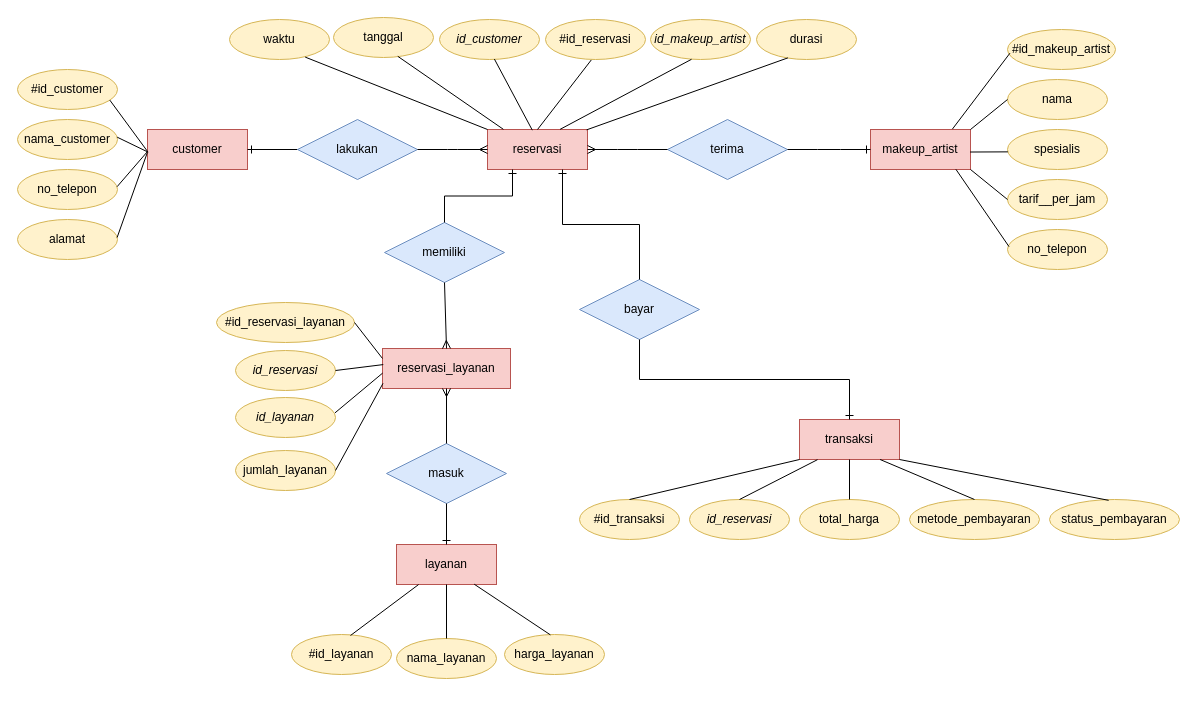
Earlier version of the draw.io diagram MinPro 1.drawio (k149191/Konsep-Basis-Data). Source tidied: cells renumbered, new cells numbered last; positions are measured from the earlier drawing's top-left corner, leaving out a move shared by most shapes. Both pictures are drawn from the tidied source at 100%, with x=0, y=0 at pixel (17, 17).
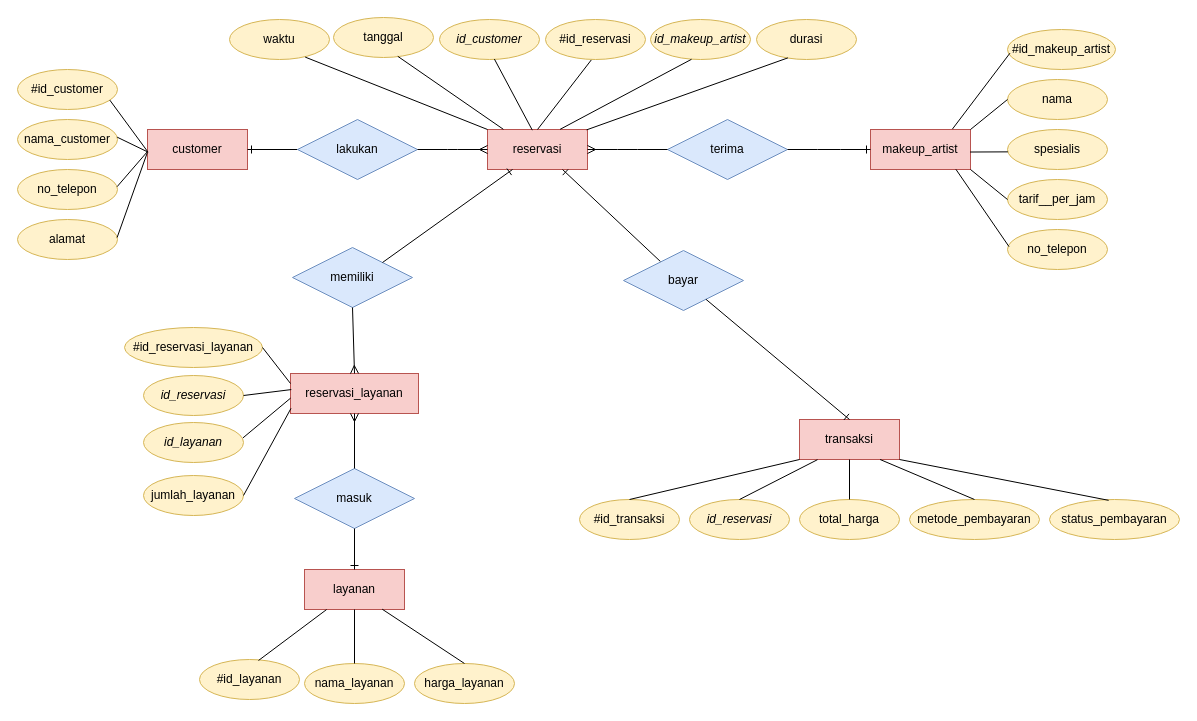
Above is the later version.

Unchanged cells that the change refers to:
```xml
<mxCell id="2" value="reservasi" style="whiteSpace=wrap;html=1;align=center;fillColor=#f8cecc;strokeColor=#b85450;" parent="1" vertex="1">
  <mxGeometry x="470" y="112" width="100" height="40" as="geometry" />
</mxCell>
<mxCell id="3" value="transaksi" style="whiteSpace=wrap;html=1;align=center;fillColor=#f8cecc;strokeColor=#b85450;" parent="1" vertex="1">
  <mxGeometry x="782" y="402" width="100" height="40" as="geometry" />
</mxCell>
```

The edit, as a diff of the source:
```diff
@@
     <mxCell id="5" value="layanan" style="whiteSpace=wrap;html=1;align=center;fillColor=#f8cecc;strokeColor=#b85450;" parent="1" vertex="1">
-      <mxGeometry x="379" y="527" width="100" height="40" as="geometry" />
+      <mxGeometry x="287" y="552" width="100" height="40" as="geometry" />
     </mxCell>
@@
     <mxCell id="22" value="#id_layanan" style="ellipse;whiteSpace=wrap;html=1;align=center;fillColor=#fff2cc;strokeColor=#d6b656;" parent="1" vertex="1">
-      <mxGeometry x="274" y="617" width="100" height="40" as="geometry" />
+      <mxGeometry x="182" y="642" width="100" height="40" as="geometry" />
     </mxCell>
@@
     <mxCell id="29" value="bayar" style="shape=rhombus;perimeter=rhombusPerimeter;whiteSpace=wrap;html=1;align=center;fillColor=#dae8fc;strokeColor=#6c8ebf;" parent="1" vertex="1">
-      <mxGeometry x="562" y="262" width="120" height="60" as="geometry" />
+      <mxGeometry x="606" y="233" width="120" height="60" as="geometry" />
     </mxCell>
@@
-    <mxCell id="35" style="fontSize=12;html=1;endArrow=ERone;endFill=1;rounded=0;exitX=0.5;exitY=0;exitDx=0;exitDy=0;entryX=0.75;entryY=1;entryDx=0;entryDy=0;edgeStyle=orthogonalEdgeStyle;" parent="1" edge="1" source="29" target="2">
+    <mxCell id="35" style="fontSize=12;html=1;endArrow=ERone;endFill=1;rounded=0;exitX=0.307;exitY=0.182;exitDx=0;exitDy=0;entryX=0.75;entryY=1;entryDx=0;entryDy=0;exitPerimeter=0;" parent="1" edge="1" source="29" target="2">
       <mxGeometry relative="1" as="geometry" />
     </mxCell>
-    <mxCell id="36" style="fontSize=12;html=1;endArrow=ERone;endFill=1;rounded=0;exitX=0.5;exitY=1;exitDx=0;exitDy=0;entryX=0.5;entryY=0;entryDx=0;entryDy=0;edgeStyle=orthogonalEdgeStyle;" parent="1" edge="1" source="29" target="3">
+    <mxCell id="36" style="fontSize=12;html=1;endArrow=ERone;endFill=1;rounded=0;entryX=0.5;entryY=0;entryDx=0;entryDy=0;" parent="1" edge="1" source="29" target="3">
       <mxGeometry relative="1" as="geometry" />
     </mxCell>
     <mxCell id="37" value="nama_layanan" style="ellipse;whiteSpace=wrap;html=1;align=center;fillColor=#fff2cc;strokeColor=#d6b656;" parent="1" vertex="1">
-      <mxGeometry x="379" y="621" width="100" height="40" as="geometry" />
+      <mxGeometry x="287" y="646" width="100" height="40" as="geometry" />
     </mxCell>
     <mxCell id="38" value="harga_layanan" style="ellipse;whiteSpace=wrap;html=1;align=center;fillColor=#fff2cc;strokeColor=#d6b656;" parent="1" vertex="1">
-      <mxGeometry x="487" y="617" width="100" height="40" as="geometry" />
+      <mxGeometry x="397" y="646" width="100" height="40" as="geometry" />
     </mxCell>
     <mxCell id="39" value="reservasi_layanan" style="whiteSpace=wrap;html=1;align=center;fillColor=#f8cecc;strokeColor=#b85450;" parent="1" vertex="1">
-      <mxGeometry x="365" y="331" width="128" height="40" as="geometry" />
+      <mxGeometry x="273" y="356" width="128" height="40" as="geometry" />
     </mxCell>
     <mxCell id="40" value="#id_reservasi_layanan" style="ellipse;whiteSpace=wrap;html=1;align=center;fillColor=#fff2cc;strokeColor=#d6b656;" parent="1" vertex="1">
-      <mxGeometry x="199" y="285" width="138" height="40" as="geometry" />
+      <mxGeometry x="107" y="310" width="138" height="40" as="geometry" />
     </mxCell>
     <mxCell id="41" value="&lt;i&gt;id_reservasi&lt;/i&gt;" style="ellipse;whiteSpace=wrap;html=1;align=center;fillColor=#fff2cc;strokeColor=#d6b656;" parent="1" vertex="1">
-      <mxGeometry x="218" y="333" width="100" height="40" as="geometry" />
+      <mxGeometry x="126" y="358" width="100" height="40" as="geometry" />
     </mxCell>
     <mxCell id="42" value="&lt;i&gt;id_layanan&lt;/i&gt;" style="ellipse;whiteSpace=wrap;html=1;align=center;fillColor=#fff2cc;strokeColor=#d6b656;" parent="1" vertex="1">
-      <mxGeometry x="218" y="380" width="100" height="40" as="geometry" />
+      <mxGeometry x="126" y="405" width="100" height="40" as="geometry" />
     </mxCell>
     <mxCell id="43" value="jumlah_layanan" style="ellipse;whiteSpace=wrap;html=1;align=center;fillColor=#fff2cc;strokeColor=#d6b656;" parent="1" vertex="1">
-      <mxGeometry x="218" y="433" width="100" height="40" as="geometry" />
+      <mxGeometry x="126" y="458" width="100" height="40" as="geometry" />
     </mxCell>
     <mxCell id="44" value="masuk" style="shape=rhombus;perimeter=rhombusPerimeter;whiteSpace=wrap;html=1;align=center;fillColor=#dae8fc;strokeColor=#6c8ebf;" parent="1" vertex="1">
-      <mxGeometry x="369" y="426" width="120" height="60" as="geometry" />
+      <mxGeometry x="277" y="451" width="120" height="60" as="geometry" />
     </mxCell>
     <mxCell id="45" value="memiliki" style="shape=rhombus;perimeter=rhombusPerimeter;whiteSpace=wrap;html=1;align=center;fillColor=#dae8fc;strokeColor=#6c8ebf;" parent="1" vertex="1">
-      <mxGeometry x="367" y="205" width="120" height="60" as="geometry" />
+      <mxGeometry x="275" y="230" width="120" height="60" as="geometry" />
     </mxCell>
@@
-    <mxCell id="47" style="fontSize=12;html=1;endArrow=ERone;endFill=1;rounded=0;entryX=0.25;entryY=1;entryDx=0;entryDy=0;exitX=0.5;exitY=0;exitDx=0;exitDy=0;edgeStyle=orthogonalEdgeStyle;" parent="1" edge="1" source="45" target="2">
+    <mxCell id="47" style="fontSize=12;html=1;endArrow=ERone;endFill=1;rounded=0;entryX=0.25;entryY=1;entryDx=0;entryDy=0;exitX=1;exitY=0;exitDx=0;exitDy=0;" parent="1" edge="1" source="45" target="2">
       <mxGeometry relative="1" as="geometry" />
     </mxCell>
@@
     <mxCell id="65" style="endArrow=none;html=1;rounded=0;entryX=0.221;entryY=1.001;entryDx=0;entryDy=0;entryPerimeter=0;" parent="1" edge="1" target="5">
       <mxGeometry relative="1" as="geometry">
-        <mxPoint x="333" y="618" as="sourcePoint" />
+        <mxPoint x="241" y="643" as="sourcePoint" />
       </mxGeometry>
     </mxCell>
@@
-    <mxCell id="67" style="endArrow=none;html=1;rounded=0;entryX=0.777;entryY=0.992;entryDx=0;entryDy=0;exitX=0.459;exitY=0.009;exitDx=0;exitDy=0;entryPerimeter=0;exitPerimeter=0;" parent="1" edge="1" source="38" target="5">
+    <mxCell id="67" style="endArrow=none;html=1;rounded=0;entryX=0.777;entryY=0.992;entryDx=0;entryDy=0;exitX=0.5;exitY=0;exitDx=0;exitDy=0;entryPerimeter=0;" parent="1" edge="1" source="38" target="5">
       <mxGeometry relative="1" as="geometry" />
     </mxCell>
```
